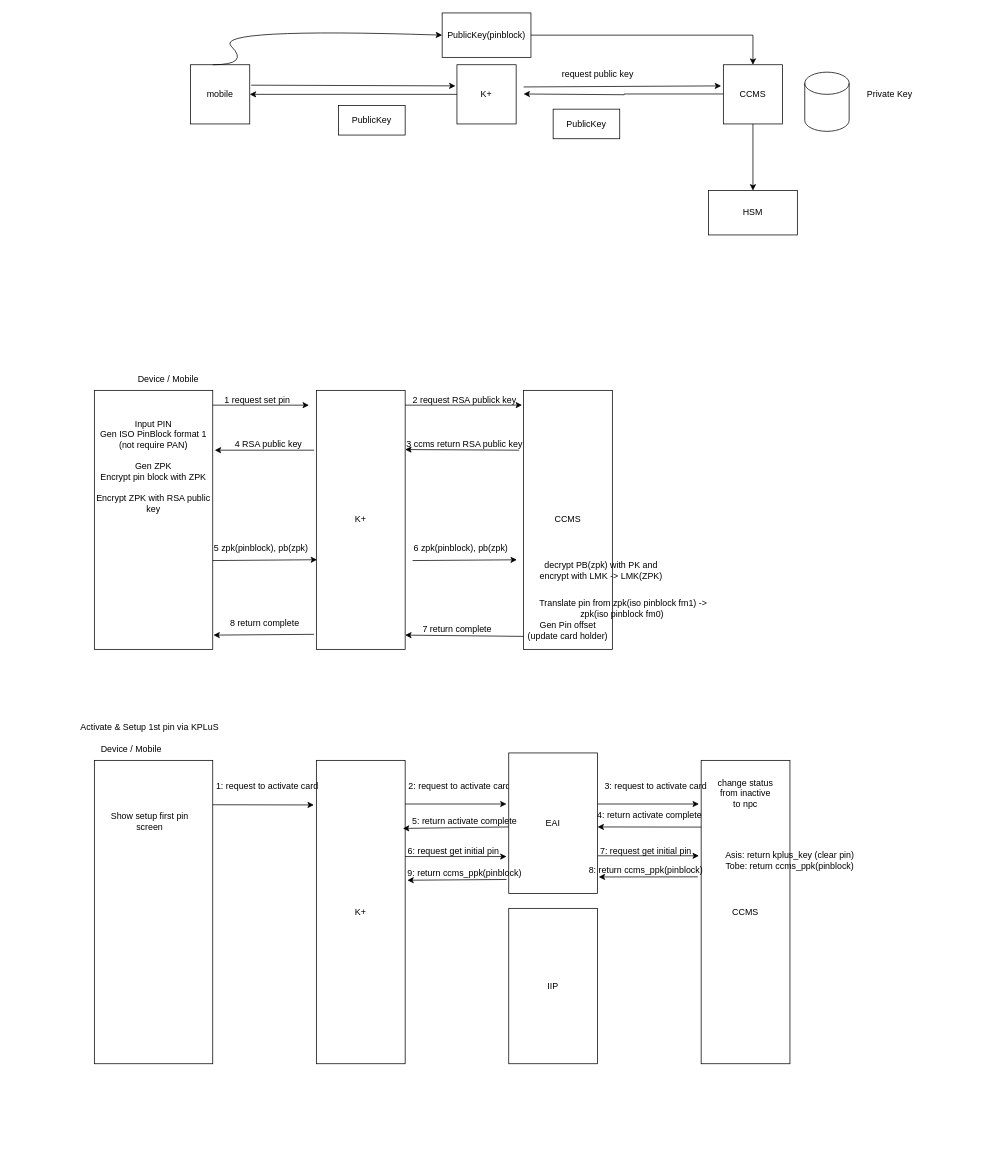
This is page "K+_Change_Pin" (7 of 11) of CCMS_Diagram.drawio from chawaratr/drawio, a draw.io file, before an edit. Source tidied: cells renumbered, new cells numbered last; positions are measured from the earlier drawing's top-left corner, leaving out a move shared by most shapes. Both pictures are drawn from the tidied source at 74%, with x=0, y=0 at pixel (72, 13).
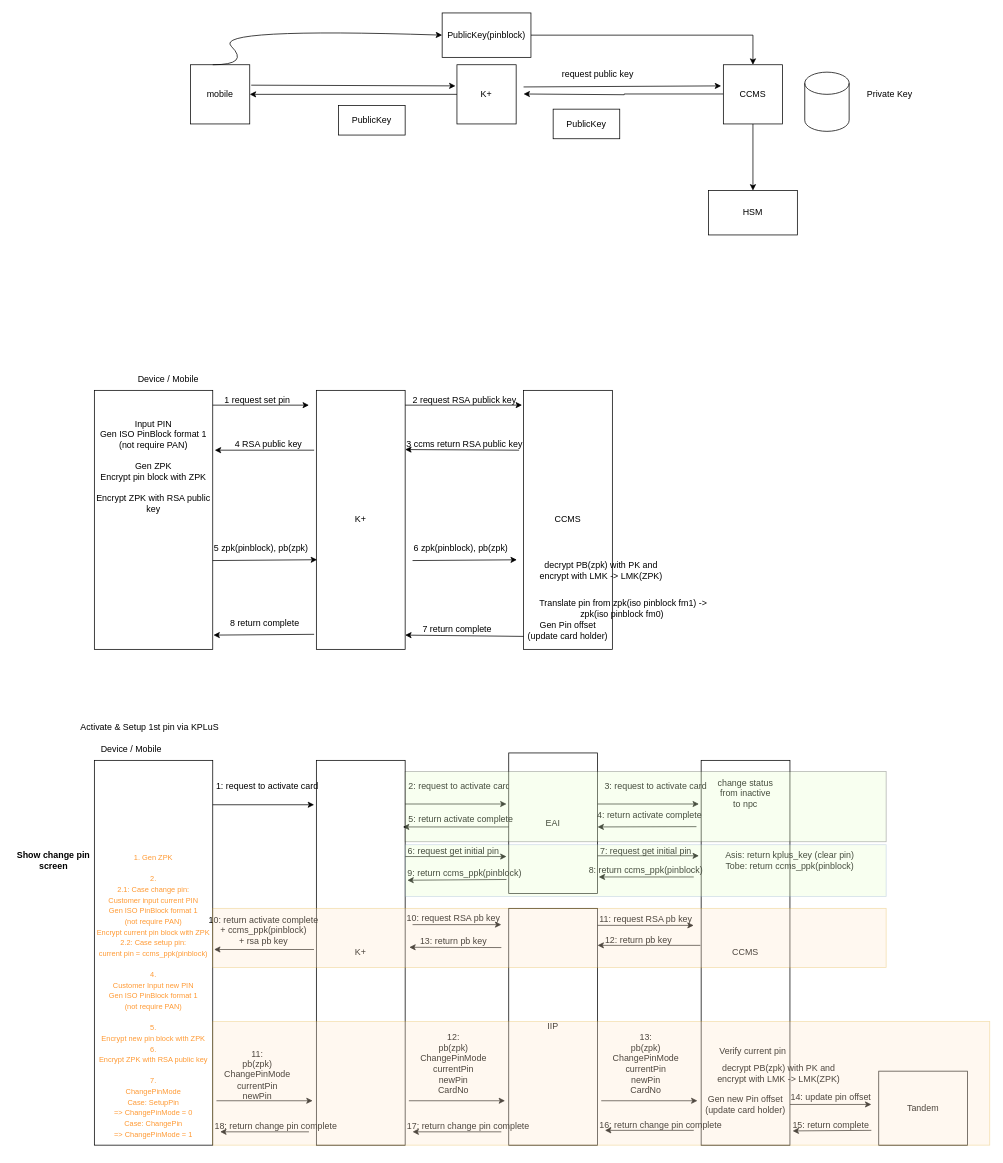
The same page after the edit.

The change refers to these unchanged cells:
```xml
<mxCell id="53" value="EAI" style="rounded=0;whiteSpace=wrap;html=1;" parent="1" vertex="1">
  <mxGeometry x="590" y="1000" width="120" height="190" as="geometry" />
</mxCell>
<mxCell id="58" value="4: return activate complete" style="text;html=1;align=center;verticalAlign=middle;points=[];strokeColor=none;fillColor=none;" parent="1" vertex="1">
  <mxGeometry x="700" y="1070" width="160" height="30" as="geometry" />
</mxCell>
<mxCell id="67" value="8: return ccms_ppk(pinblock)" style="text;html=1;align=center;verticalAlign=middle;points=[];strokeColor=none;fillColor=none;" parent="1" vertex="1">
  <mxGeometry x="685" y="1144" width="180" height="30" as="geometry" />
</mxCell>
```

Diff of the diagram source:
```diff
@@
     <mxCell id="43" style="rounded=0;whiteSpace=wrap;html=1;" parent="1" vertex="1">
-      <mxGeometry x="30" y="1010" width="160" height="410" as="geometry" />
+      <mxGeometry x="30" y="1010" width="160" height="520" as="geometry" />
     </mxCell>
@@
     <mxCell id="45" value="K+" style="rounded=0;whiteSpace=wrap;html=1;" parent="1" vertex="1">
-      <mxGeometry x="330" y="1010" width="120" height="410" as="geometry" />
+      <mxGeometry x="330" y="1010" width="120" height="520" as="geometry" />
     </mxCell>
     <mxCell id="46" value="IIP" style="rounded=0;whiteSpace=wrap;html=1;" parent="1" vertex="1">
-      <mxGeometry x="590" y="1210" width="120" height="210" as="geometry" />
+      <mxGeometry x="590" y="1210" width="120" height="320" as="geometry" />
     </mxCell>
     <mxCell id="47" value="CCMS" style="rounded=0;whiteSpace=wrap;html=1;" parent="1" vertex="1">
-      <mxGeometry x="850" y="1010" width="120" height="410" as="geometry" />
+      <mxGeometry x="850" y="1010" width="120" height="520" as="geometry" />
     </mxCell>
@@
-    <mxCell id="49" style="endArrow=classic;html=1;rounded=0;entryX=-0.028;entryY=0.147;entryDx=0;entryDy=0;entryPerimeter=0;" parent="1" edge="1" target="45">
+    <mxCell id="49" style="endArrow=classic;html=1;rounded=0;" parent="1" edge="1">
       <mxGeometry relative="1" as="geometry">
         <mxPoint x="190" y="1070" as="sourcePoint" />
+        <mxPoint x="327" y="1070" as="targetPoint" />
       </mxGeometry>
     </mxCell>
@@
-    <mxCell id="57" style="endArrow=classic;html=1;rounded=0;exitX=0;exitY=0.22;exitDx=0;exitDy=0;exitPerimeter=0;" parent="1" edge="1" source="47">
+    <mxCell id="57" style="endArrow=classic;html=1;rounded=0;exitX=0.898;exitY=0.987;exitDx=0;exitDy=0;exitPerimeter=0;" parent="1" edge="1" source="58">
       <mxGeometry relative="1" as="geometry">
         <mxPoint x="710" y="1100" as="targetPoint" />
       </mxGeometry>
     </mxCell>
@@
-    <mxCell id="59" style="endArrow=classic;html=1;rounded=0;exitX=0;exitY=0.22;exitDx=0;exitDy=0;exitPerimeter=0;entryX=0.972;entryY=0.616;entryDx=0;entryDy=0;entryPerimeter=0;" parent="1" edge="1">
+    <mxCell id="59" style="endArrow=classic;html=1;rounded=0;exitX=0;exitY=0.22;exitDx=0;exitDy=0;exitPerimeter=0;" parent="1" edge="1">
       <mxGeometry relative="1" as="geometry">
         <mxPoint x="590" y="1100" as="sourcePoint" />
-        <mxPoint x="447" y="1102" as="targetPoint" />
+        <mxPoint x="447" y="1100" as="targetPoint" />
       </mxGeometry>
     </mxCell>
     <mxCell id="60" value="5: return activate complete" style="text;html=1;align=center;verticalAlign=middle;strokeColor=none;fillColor=none;" parent="1" vertex="1">
-      <mxGeometry x="450" y="1078" width="160" height="30" as="geometry" />
+      <mxGeometry x="445" y="1075" width="160" height="30" as="geometry" />
     </mxCell>
-    <mxCell id="61" value="Show setup first pin screen" style="text;html=1;align=center;verticalAlign=middle;whiteSpace=wrap;rounded=0;" parent="1" vertex="1">
-      <mxGeometry x="50" y="1078" width="110" height="30" as="geometry" />
+    <mxCell id="61" value="Show change pin screen" style="text;html=1;align=center;verticalAlign=middle;whiteSpace=wrap;rounded=0;fontStyle=1;" parent="1" vertex="1">
+      <mxGeometry x="-80" y="1130" width="110" height="30" as="geometry" />
     </mxCell>
@@
-    <mxCell id="66" style="endArrow=classic;html=1;rounded=0;exitX=-0.037;exitY=0.384;exitDx=0;exitDy=0;exitPerimeter=0;entryX=1.013;entryY=0.882;entryDx=0;entryDy=0;entryPerimeter=0;" parent="1" edge="1" source="47" target="53">
+    <mxCell id="66" style="endArrow=classic;html=1;rounded=0;exitX=0.861;exitY=0.786;exitDx=0;exitDy=0;exitPerimeter=0;entryX=1.013;entryY=0.882;entryDx=0;entryDy=0;entryPerimeter=0;" parent="1" edge="1" source="67" target="53">
       <mxGeometry relative="1" as="geometry" />
     </mxCell>
@@
+    <mxCell id="71" style="endArrow=classic;html=1;rounded=0;exitX=-0.027;exitY=0.399;exitDx=0;exitDy=0;exitPerimeter=0;entryX=1.011;entryY=0.399;entryDx=0;entryDy=0;entryPerimeter=0;" parent="1" edge="1">
+      <mxGeometry relative="1" as="geometry">
+        <mxPoint x="326.8" y="1265.6" as="sourcePoint" />
+        <mxPoint x="191.8" y="1265.6" as="targetPoint" />
+      </mxGeometry>
+    </mxCell>
+    <mxCell id="72" value="10: return activate complete&amp;nbsp;&lt;div&gt;+ ccms_ppk(pinblock)&amp;nbsp;&lt;/div&gt;&lt;div&gt;+ rsa pb key&amp;nbsp;&lt;/div&gt;" style="text;html=1;align=center;verticalAlign=middle;strokeColor=none;fillColor=none;" parent="1" vertex="1">
+      <mxGeometry x="175" y="1210" width="170" height="60" as="geometry" />
+    </mxCell>
+    <mxCell id="73" style="endArrow=classic;html=1;rounded=0;entryX=0.933;entryY=0.8;entryDx=0;entryDy=0;entryPerimeter=0;" parent="1" edge="1" target="74">
+      <mxGeometry relative="1" as="geometry">
+        <mxPoint x="460" y="1232" as="sourcePoint" />
+      </mxGeometry>
+    </mxCell>
+    <mxCell id="74" value="10: request RSA pb key" style="text;html=1;align=center;verticalAlign=middle;points=[];strokeColor=none;fillColor=none;" parent="1" vertex="1">
+      <mxGeometry x="440" y="1208" width="150" height="30" as="geometry" />
+    </mxCell>
+    <mxCell id="75" style="endArrow=classic;html=1;rounded=0;entryX=0.933;entryY=0.767;entryDx=0;entryDy=0;entryPerimeter=0;" parent="1" edge="1" target="76">
+      <mxGeometry relative="1" as="geometry">
+        <mxPoint x="710" y="1233" as="sourcePoint" />
+      </mxGeometry>
+    </mxCell>
+    <mxCell id="76" value="11: request RSA pb key" style="text;html=1;align=center;verticalAlign=middle;points=[];strokeColor=none;fillColor=none;" parent="1" vertex="1">
+      <mxGeometry x="700" y="1210" width="150" height="30" as="geometry" />
+    </mxCell>
+    <mxCell id="77" style="endArrow=classic;html=1;rounded=0;" parent="1" edge="1">
+      <mxGeometry relative="1" as="geometry">
+        <mxPoint x="849" y="1260" as="sourcePoint" />
+        <mxPoint x="710" y="1260" as="targetPoint" />
+      </mxGeometry>
+    </mxCell>
+    <mxCell id="78" value="12: return pb key" style="text;html=1;align=center;verticalAlign=middle;strokeColor=none;fillColor=none;" parent="1" vertex="1">
+      <mxGeometry x="710" y="1238" width="110" height="30" as="geometry" />
+    </mxCell>
+    <mxCell id="79" style="endArrow=classic;html=1;rounded=0;entryX=-0.04;entryY=0.753;entryDx=0;entryDy=0;entryPerimeter=0;" parent="1" edge="1" target="80">
+      <mxGeometry relative="1" as="geometry">
+        <mxPoint x="580" y="1263" as="sourcePoint" />
+      </mxGeometry>
+    </mxCell>
+    <mxCell id="80" value="13: return pb key" style="text;html=1;align=center;verticalAlign=middle;points=[];strokeColor=none;fillColor=none;" parent="1" vertex="1">
+      <mxGeometry x="460" y="1240" width="110" height="30" as="geometry" />
+    </mxCell>
+    <mxCell id="81" value="&lt;div&gt;&lt;font color=&quot;#ff9933&quot;&gt;&lt;font style=&quot;font-size: 10px;&quot;&gt;1.&amp;nbsp;&lt;/font&gt;&lt;span style=&quot;font-size: 10px; background-color: initial;&quot;&gt;Gen ZPK&lt;/span&gt;&lt;/font&gt;&lt;/div&gt;&lt;div&gt;&lt;span style=&quot;font-size: 10px; background-color: initial;&quot;&gt;&lt;font color=&quot;#ff9933&quot;&gt;&lt;br&gt;&lt;/font&gt;&lt;/span&gt;&lt;/div&gt;&lt;div&gt;&lt;span style=&quot;font-size: 10px; background-color: initial;&quot;&gt;&lt;font color=&quot;#ff9933&quot;&gt;2.&lt;/font&gt;&lt;/span&gt;&lt;/div&gt;&lt;div&gt;&lt;font color=&quot;#ff9933&quot; style=&quot;font-size: 10px;&quot;&gt;2.1: Case change pin:&lt;/font&gt;&lt;/div&gt;&lt;div&gt;&lt;font color=&quot;#ff9933&quot; style=&quot;font-size: 10px;&quot;&gt;Customer input current PIN&lt;/font&gt;&lt;/div&gt;&lt;div&gt;&lt;font color=&quot;#ff9933&quot; style=&quot;font-size: 10px;&quot;&gt;Gen ISO PinBlock format 1&lt;br&gt;(not require PAN)&lt;br&gt;&lt;/font&gt;&lt;/div&gt;&lt;div&gt;&lt;font color=&quot;#ff9933&quot; style=&quot;font-size: 10px;&quot;&gt;Encrypt current pin block with ZPK&lt;br&gt;&lt;/font&gt;&lt;/div&gt;&lt;div&gt;&lt;font color=&quot;#ff9933&quot; style=&quot;font-size: 10px;&quot;&gt;2.2: Case setup pin:&lt;/font&gt;&lt;/div&gt;&lt;div&gt;&lt;font color=&quot;#ff9933&quot; style=&quot;font-size: 10px;&quot;&gt;current pin = ccms_ppk(pinblock)&lt;/font&gt;&lt;/div&gt;&lt;div&gt;&lt;font color=&quot;#ff9933&quot;&gt;&lt;br&gt;&lt;/font&gt;&lt;/div&gt;&lt;div&gt;&lt;font color=&quot;#ff9933&quot; style=&quot;font-size: 10px;&quot;&gt;4.&lt;/font&gt;&lt;/div&gt;&lt;font color=&quot;#ff9933&quot; style=&quot;font-size: 10px;&quot;&gt;Customer Input new PIN&lt;br&gt;Gen ISO PinBlock format 1&lt;br&gt;(not require PAN)&lt;/font&gt;&lt;div&gt;&lt;font color=&quot;#ff9933&quot; style=&quot;font-size: 10px;&quot;&gt;&lt;br&gt;5.&lt;br&gt;&lt;/font&gt;&lt;/div&gt;&lt;div&gt;&lt;font color=&quot;#ff9933&quot; style=&quot;font-size: 10px;&quot;&gt;Encrypt new pin block with ZPK&lt;br&gt;6.&lt;br&gt;Encrypt ZPK with RSA public key&lt;/font&gt;&lt;/div&gt;&lt;div&gt;&lt;font color=&quot;#ff9933&quot; style=&quot;font-size: 10px;&quot;&gt;&lt;br&gt;&lt;/font&gt;&lt;/div&gt;&lt;div&gt;&lt;font color=&quot;#ff9933&quot; style=&quot;font-size: 10px;&quot;&gt;7.&lt;/font&gt;&lt;/div&gt;&lt;div&gt;&lt;font color=&quot;#ff9933&quot; style=&quot;font-size: 10px;&quot;&gt;ChangePinMode&lt;/font&gt;&lt;/div&gt;&lt;div&gt;&lt;font color=&quot;#ff9933&quot;&gt;&lt;font style=&quot;font-size: 10px;&quot;&gt;Case: SetupPin =&amp;gt;&amp;nbsp;&lt;/font&gt;&lt;span style=&quot;font-size: 10px; background-color: initial;&quot;&gt;ChangePinMode = 0&lt;/span&gt;&lt;/font&gt;&lt;/div&gt;&lt;div&gt;&lt;font color=&quot;#ff9933&quot;&gt;&lt;font style=&quot;font-size: 10px;&quot;&gt;Case: ChangePin =&amp;gt;&amp;nbsp;&lt;/font&gt;&lt;span style=&quot;background-color: initial; font-size: 10px;&quot;&gt;ChangePinMode = 1&lt;/span&gt;&lt;span style=&quot;font-size: 10px; background-color: initial;&quot;&gt;&lt;br&gt;&lt;/span&gt;&lt;/font&gt;&lt;/div&gt;&lt;div&gt;&lt;span style=&quot;font-size: 10px; background-color: initial;&quot;&gt;&lt;br&gt;&lt;/span&gt;&lt;/div&gt;" style="text;html=1;strokeColor=none;fillColor=none;align=center;verticalAlign=middle;whiteSpace=wrap;rounded=0;" parent="1" vertex="1">
+      <mxGeometry x="30" y="1320" width="160" height="30" as="geometry" />
+    </mxCell>
+    <mxCell id="82" style="endArrow=classic;html=1;rounded=0;" parent="1" edge="1">
+      <mxGeometry relative="1" as="geometry">
+        <mxPoint x="195" y="1470" as="sourcePoint" />
+        <mxPoint x="325" y="1470" as="targetPoint" />
+      </mxGeometry>
+    </mxCell>
+    <mxCell id="83" value="11:&lt;div&gt;pb(zpk)&lt;/div&gt;&lt;div&gt;ChangePinMode&lt;/div&gt;&lt;div&gt;currentPin&lt;/div&gt;&lt;div&gt;newPin&lt;/div&gt;" style="text;html=1;align=center;verticalAlign=middle;strokeColor=none;fillColor=none;" parent="1" vertex="1">
+      <mxGeometry x="195" y="1390" width="110" height="90" as="geometry" />
+    </mxCell>
+    <mxCell id="84" style="endArrow=classic;html=1;rounded=0;" parent="1" edge="1">
+      <mxGeometry relative="1" as="geometry">
+        <mxPoint x="455" y="1470" as="sourcePoint" />
+        <mxPoint x="585" y="1470" as="targetPoint" />
+      </mxGeometry>
+    </mxCell>
+    <mxCell id="85" value="12:&lt;div&gt;pb(zpk)&lt;/div&gt;&lt;div&gt;ChangePinMode&lt;/div&gt;&lt;div&gt;currentPin&lt;/div&gt;&lt;div&gt;newPin&lt;/div&gt;&lt;div&gt;CardNo&lt;/div&gt;" style="text;html=1;align=center;verticalAlign=middle;strokeColor=none;fillColor=none;" parent="1" vertex="1">
+      <mxGeometry x="460" y="1370" width="110" height="100" as="geometry" />
+    </mxCell>
+    <mxCell id="86" style="endArrow=classic;html=1;rounded=0;" parent="1" edge="1">
+      <mxGeometry relative="1" as="geometry">
+        <mxPoint x="715" y="1470" as="sourcePoint" />
+        <mxPoint x="845" y="1470" as="targetPoint" />
+      </mxGeometry>
+    </mxCell>
+    <mxCell id="87" value="13:&lt;div&gt;pb(zpk)&lt;/div&gt;&lt;div&gt;ChangePinMode&lt;/div&gt;&lt;div&gt;currentPin&lt;/div&gt;&lt;div&gt;newPin&lt;/div&gt;&lt;div&gt;CardNo&lt;/div&gt;" style="text;html=1;align=center;verticalAlign=middle;strokeColor=none;fillColor=none;" parent="1" vertex="1">
+      <mxGeometry x="720" y="1370" width="110" height="100" as="geometry" />
+    </mxCell>
+    <mxCell id="88" value="decrypt PB(zpk) with PK and encrypt with LMK -&amp;gt; LMK(ZPK)" style="text;html=1;strokeColor=none;fillColor=none;align=center;verticalAlign=middle;whiteSpace=wrap;rounded=0;" parent="1" vertex="1">
+      <mxGeometry x="860" y="1418" width="190" height="30" as="geometry" />
+    </mxCell>
+    <mxCell id="89" value="Gen new Pin offset (update card holder)" style="text;html=1;strokeColor=none;fillColor=none;align=center;verticalAlign=middle;whiteSpace=wrap;rounded=0;" parent="1" vertex="1">
+      <mxGeometry x="850" y="1460" width="120" height="30" as="geometry" />
+    </mxCell>
+    <mxCell id="90" value="Verify current pin" style="text;html=1;align=center;verticalAlign=middle;whiteSpace=wrap;rounded=0;" parent="1" vertex="1">
+      <mxGeometry x="840" y="1388" width="160" height="30" as="geometry" />
+    </mxCell>
+    <mxCell id="91" value="Tandem" style="rounded=0;whiteSpace=wrap;html=1;" parent="1" vertex="1">
+      <mxGeometry x="1090" y="1430" width="120" height="100" as="geometry" />
+    </mxCell>
+    <mxCell id="92" style="endArrow=classic;html=1;rounded=0;exitX=1;exitY=0.5;exitDx=0;exitDy=0;entryX=0.923;entryY=0.833;entryDx=0;entryDy=0;entryPerimeter=0;" parent="1" edge="1" source="89" target="93">
+      <mxGeometry relative="1" as="geometry" />
+    </mxCell>
+    <mxCell id="93" value="14: update pin offset" style="text;html=1;align=center;verticalAlign=middle;points=[];strokeColor=none;fillColor=none;" parent="1" vertex="1">
+      <mxGeometry x="960" y="1450" width="130" height="30" as="geometry" />
+    </mxCell>
+    <mxCell id="94" style="endArrow=classic;html=1;rounded=0;entryX=1.03;entryY=0.963;entryDx=0;entryDy=0;entryPerimeter=0;" parent="1" edge="1" target="47">
+      <mxGeometry relative="1" as="geometry">
+        <mxPoint x="1080" y="1510" as="sourcePoint" />
+      </mxGeometry>
+    </mxCell>
+    <mxCell id="95" value="15: return complete" style="text;html=1;align=center;verticalAlign=middle;strokeColor=none;fillColor=none;" parent="1" vertex="1">
+      <mxGeometry x="960" y="1488" width="130" height="30" as="geometry" />
+    </mxCell>
+    <mxCell id="96" style="endArrow=classic;html=1;rounded=0;" parent="1" edge="1">
+      <mxGeometry relative="1" as="geometry">
+        <mxPoint x="840" y="1510" as="sourcePoint" />
+        <mxPoint x="720" y="1510" as="targetPoint" />
+      </mxGeometry>
+    </mxCell>
+    <mxCell id="97" value="16: return change pin complete" style="text;html=1;align=center;verticalAlign=middle;strokeColor=none;fillColor=none;" parent="1" vertex="1">
+      <mxGeometry x="700" y="1488" width="190" height="30" as="geometry" />
+    </mxCell>
+    <mxCell id="98" style="endArrow=classic;html=1;rounded=0;" parent="1" edge="1">
+      <mxGeometry relative="1" as="geometry">
+        <mxPoint x="580" y="1512" as="sourcePoint" />
+        <mxPoint x="460" y="1512" as="targetPoint" />
+      </mxGeometry>
+    </mxCell>
+    <mxCell id="99" value="17: return change pin complete" style="text;html=1;align=center;verticalAlign=middle;strokeColor=none;fillColor=none;" parent="1" vertex="1">
+      <mxGeometry x="440" y="1490" width="190" height="30" as="geometry" />
+    </mxCell>
+    <mxCell id="100" style="endArrow=classic;html=1;rounded=0;" parent="1" edge="1">
+      <mxGeometry relative="1" as="geometry">
+        <mxPoint x="320" y="1512" as="sourcePoint" />
+        <mxPoint x="200" y="1512" as="targetPoint" />
+      </mxGeometry>
+    </mxCell>
+    <mxCell id="101" value="18: return change pin complete" style="text;html=1;align=center;verticalAlign=middle;strokeColor=none;fillColor=none;" parent="1" vertex="1">
+      <mxGeometry x="180" y="1490" width="190" height="30" as="geometry" />
+    </mxCell>
+    <mxCell id="102" style="rounded=0;whiteSpace=wrap;html=1;fillColor=#E6FFCC;opacity=30;" parent="1" vertex="1">
+      <mxGeometry x="450" y="1025" width="650" height="95" as="geometry" />
+    </mxCell>
+    <mxCell id="103" style="rounded=0;whiteSpace=wrap;html=1;fillColor=#e6ffcc;strokeColor=#6c8ebf;opacity=30;" parent="1" vertex="1">
+      <mxGeometry x="450" y="1124" width="650" height="70" as="geometry" />
+    </mxCell>
+    <mxCell id="104" style="rounded=0;whiteSpace=wrap;html=1;fillColor=#ffe6cc;strokeColor=#d79b00;opacity=30;" parent="1" vertex="1">
+      <mxGeometry x="190" y="1210" width="910" height="80" as="geometry" />
+    </mxCell>
+    <mxCell id="105" style="rounded=0;whiteSpace=wrap;html=1;fillColor=#ffe6cc;strokeColor=#d79b00;opacity=30;" parent="1" vertex="1">
+      <mxGeometry x="190" y="1363" width="1050" height="167" as="geometry" />
+    </mxCell>
```
